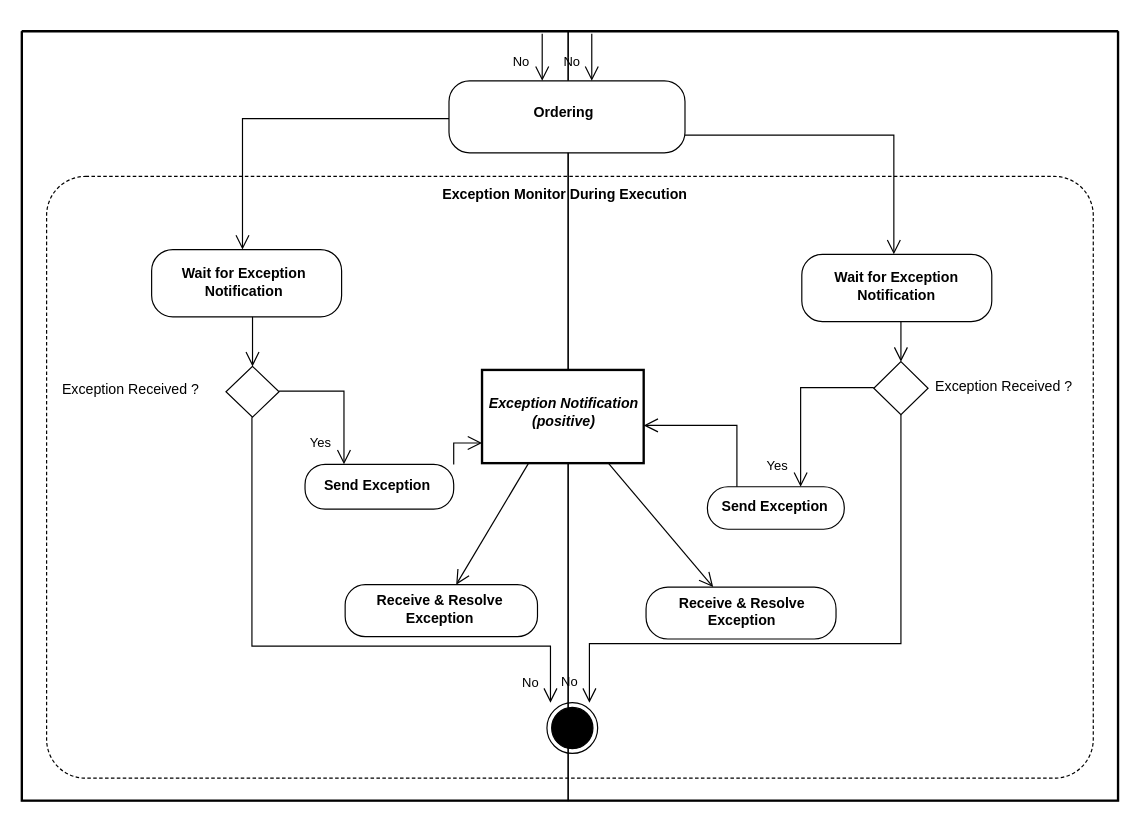
This is diagrams/UBL-2.2-CPFR-ExceptionMonitor/UBL-2.2-CPFR-ExceptionMonitor.drawio from kduvekot/ubl-work-on-svg-images, a draw.io file, before an edit. Source tidied: cells renumbered, new cells numbered last; positions are measured from the earlier drawing's top-left corner, leaving out a move shared by most shapes. Both pictures are drawn from the tidied source at 118%, with x=0, y=0 at pixel (21, 31).
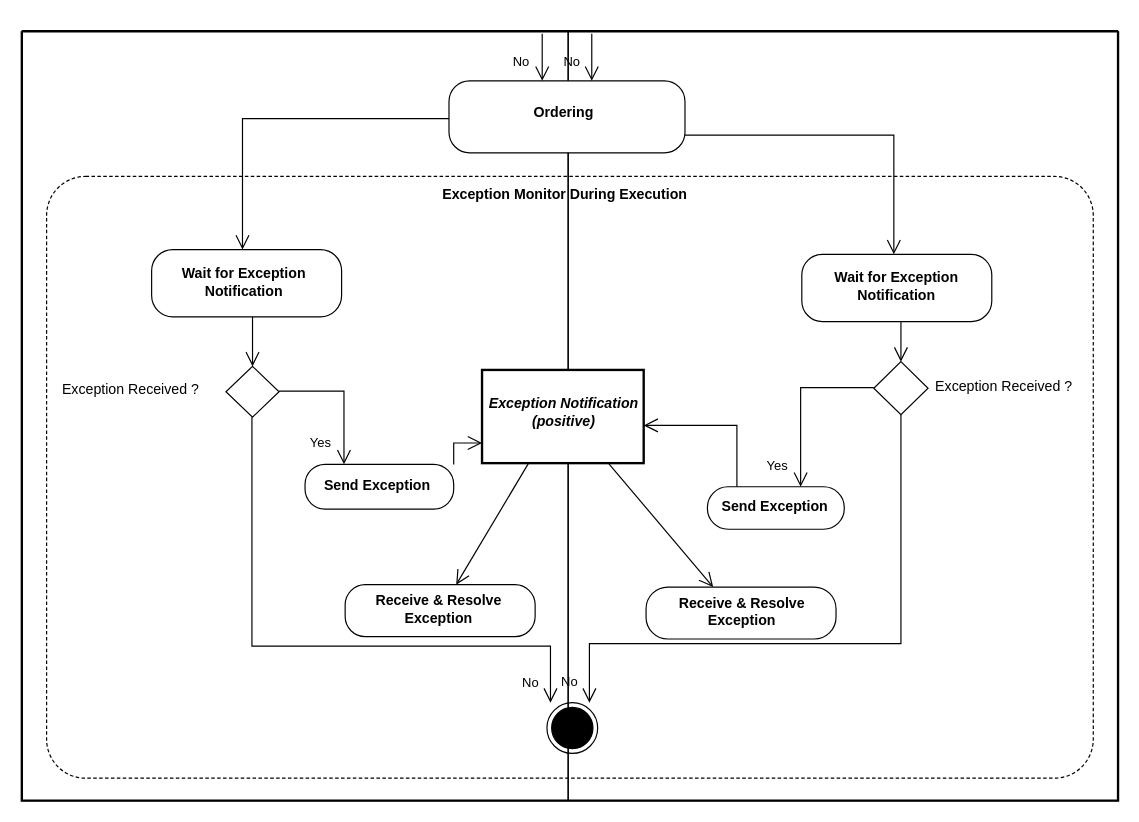
After the change.

The change refers to these unchanged cells:
```xml
<mxCell id="2" style="swimlane;html=1;startSize=0;whiteSpace=wrap;fillColor=none;strokeWidth=2;" parent="1" vertex="1">
  <mxGeometry width="929" height="652" as="geometry" />
</mxCell>
<mxCell id="4" style="swimlane;horizontal=1;startSize=22;swimlaneLine=0;html=1;fillColor=none;fontStyle=0;spacing=0;spacingRight=1;" parent="2" vertex="1">
  <mxGeometry width="463" height="652" as="geometry" />
</mxCell>
<mxCell id="11" value="Exception Notification&lt;br&gt;(positive)" style="rounded=0;html=1;whiteSpace=nowrap;fontStyle=3;align=center;verticalAlign=middle;spacing=0;spacingLeft=1;spacingBottom=7;strokeWidth=2;" parent="5" vertex="1">
  <mxGeometry x="-73" y="287" width="137" height="79" as="geometry" />
</mxCell>
```

What changed in the source:
```diff
@@
     <mxCell id="14" value="Receive &amp;amp; Resolve&lt;br&gt;Exception" style="rounded=1;absoluteArcSize=1;arcSize=34;html=1;whiteSpace=nowrap;fontStyle=1;align=center;verticalAlign=middle;spacing=0;spacingRight=4;spacingBottom=2;" parent="4" vertex="1">
-      <mxGeometry x="274" y="469" width="163" height="44" as="geometry" />
+      <mxGeometry x="274" y="469" width="161" height="44" as="geometry" />
     </mxCell>
@@
-    <mxCell id="27" style="edgeStyle=none;rounded=0;html=1;endArrow=open;endFill=0;endSize=10;exitX=0.2881;exitY=1;exitPerimeter=0;entryX=0.577328;entryY=0;entryPerimeter=0;" parent="2" edge="1" source="11" target="14">
+    <mxCell id="27" style="edgeStyle=none;rounded=0;html=1;endArrow=open;endFill=0;endSize=10;exitX=0.2881;exitY=1;exitPerimeter=0;entryX=0.5845;entryY=0;entryPerimeter=0;" parent="2" edge="1" source="11" target="14">
       <mxGeometry relative="1" as="geometry" />
     </mxCell>
```
